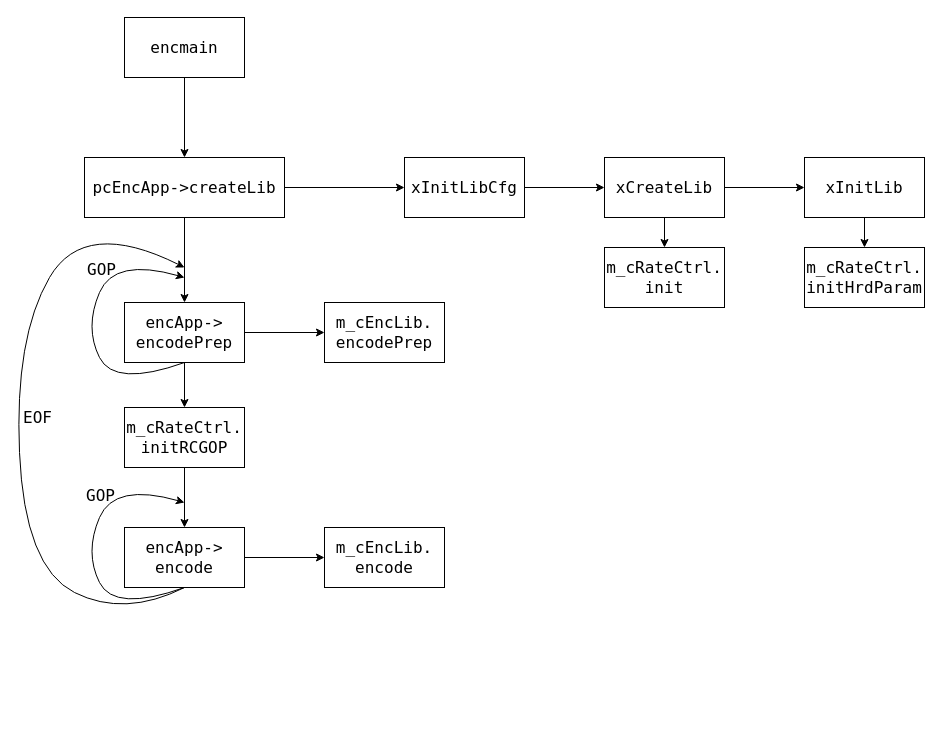
This is XML/RateControl_VTM.drawio from Joeyrr/draw.io, a draw.io file, before an edit. Source tidied: cells renumbered, new cells numbered last; positions are measured from the earlier drawing's top-left corner, leaving out a move shared by most shapes. Both pictures are drawn from the tidied source at 100%, with x=0, y=0 at pixel (14, 17).
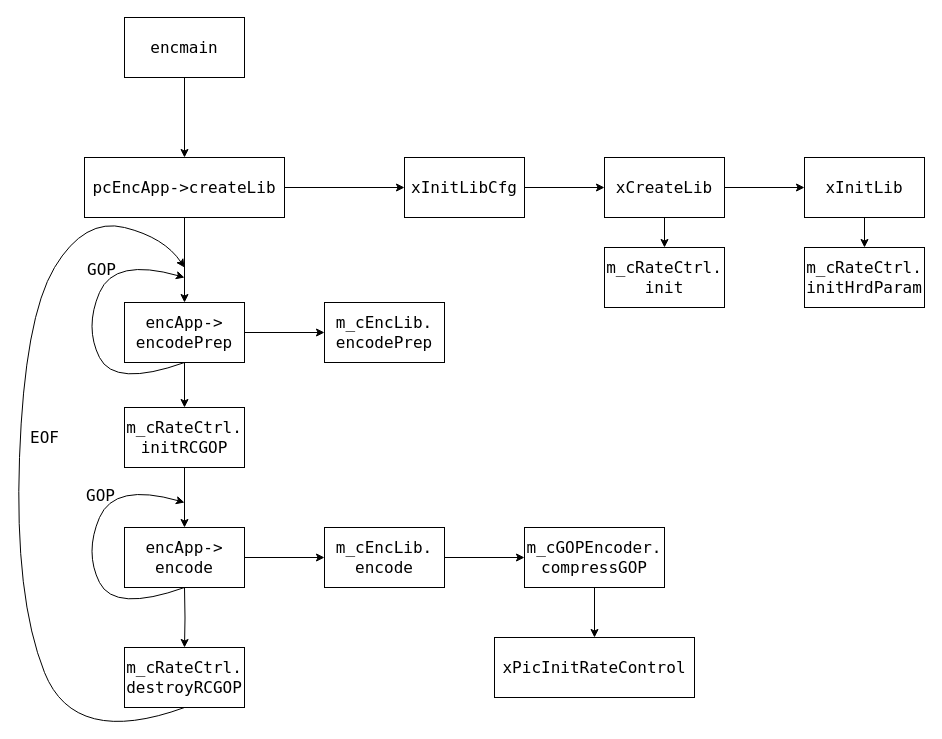
The same page after the edit.

The change refers to these unchanged cells:
```xml
<mxCell id="25" value="encApp-&amp;gt;&lt;br&gt;encode" style="whiteSpace=wrap;html=1;fontSize=16;fontFamily=Lucida Console;rounded=0;" parent="1" vertex="1">
  <mxGeometry x="110" y="510" width="120" height="60" as="geometry" />
</mxCell>
<mxCell id="30" value="m_cEncLib.&lt;br&gt;encode" style="whiteSpace=wrap;html=1;fontSize=16;fontFamily=Lucida Console;rounded=0;" parent="1" vertex="1">
  <mxGeometry x="310" y="510" width="120" height="60" as="geometry" />
</mxCell>
```

Change to the diagram source:
```diff
@@
-    <mxCell id="28" style="curved=1;endArrow=classic;html=1;rounded=0;fontFamily=Lucida Console;fontSize=16;exitX=0.5;exitY=1;exitDx=0;exitDy=0;" parent="1" edge="1" source="25">
+    <mxCell id="28" style="curved=1;endArrow=classic;html=1;rounded=0;fontFamily=Lucida Console;fontSize=16;exitX=0.5;exitY=1;exitDx=0;exitDy=0;" parent="1" edge="1" source="35">
       <mxGeometry relative="1" as="geometry">
         <mxPoint x="170" y="250" as="targetPoint" />
         <Array as="points">
-          <mxPoint x="110" y="600" />
-          <mxPoint x="10" y="550" />
-          <mxPoint y="320" />
+          <mxPoint x="60" y="730" />
+          <mxPoint y="580" />
+          <mxPoint x="10" y="300" />
           <mxPoint x="70" y="200" />
+          <mxPoint x="150" y="220" />
         </Array>
       </mxGeometry>
     </mxCell>
     <mxCell id="29" value="EOF" style="text;html=1;align=center;verticalAlign=middle;fillColor=none;strokeColor=none;rounded=0;fontFamily=Lucida Console;fontSize=16;" parent="1" vertex="1">
-      <mxGeometry x="3" y="390" width="40" height="20" as="geometry" />
+      <mxGeometry x="10" y="410" width="40" height="20" as="geometry" />
     </mxCell>
+    <mxCell id="31" style="edgeStyle=orthogonalEdgeStyle;rounded=0;jettySize=auto;html=1;fontFamily=Lucida Console;fontSize=16;" parent="1" edge="1" source="30" target="34">
+      <mxGeometry relative="1" as="geometry" />
+    </mxCell>
@@
+    <mxCell id="32" style="edgeStyle=orthogonalEdgeStyle;rounded=0;jettySize=auto;html=1;fontFamily=Lucida Console;fontSize=16;" parent="1" edge="1" target="35">
+      <mxGeometry relative="1" as="geometry">
+        <mxPoint x="170" y="570" as="sourcePoint" />
+      </mxGeometry>
+    </mxCell>
+    <mxCell id="33" style="edgeStyle=orthogonalEdgeStyle;rounded=0;jettySize=auto;html=1;fontFamily=Lucida Console;fontSize=16;" parent="1" edge="1" source="34" target="36">
+      <mxGeometry relative="1" as="geometry" />
+    </mxCell>
+    <mxCell id="34" value="m_cGOPEncoder.&lt;br&gt;compressGOP" style="whiteSpace=wrap;html=1;fontSize=16;fontFamily=Lucida Console;rounded=0;" parent="1" vertex="1">
+      <mxGeometry x="510" y="510" width="140" height="60" as="geometry" />
+    </mxCell>
+    <mxCell id="35" value="m_cRateCtrl.&lt;br&gt;destroyRCGOP" style="whiteSpace=wrap;html=1;fontSize=16;fontFamily=Lucida Console;rounded=0;" parent="1" vertex="1">
+      <mxGeometry x="110" y="630" width="120" height="60" as="geometry" />
+    </mxCell>
+    <mxCell id="36" value="xPicInitRateControl" style="whiteSpace=wrap;html=1;fontSize=16;fontFamily=Lucida Console;rounded=0;" parent="1" vertex="1">
+      <mxGeometry x="480" y="620" width="200" height="60" as="geometry" />
+    </mxCell>
```
